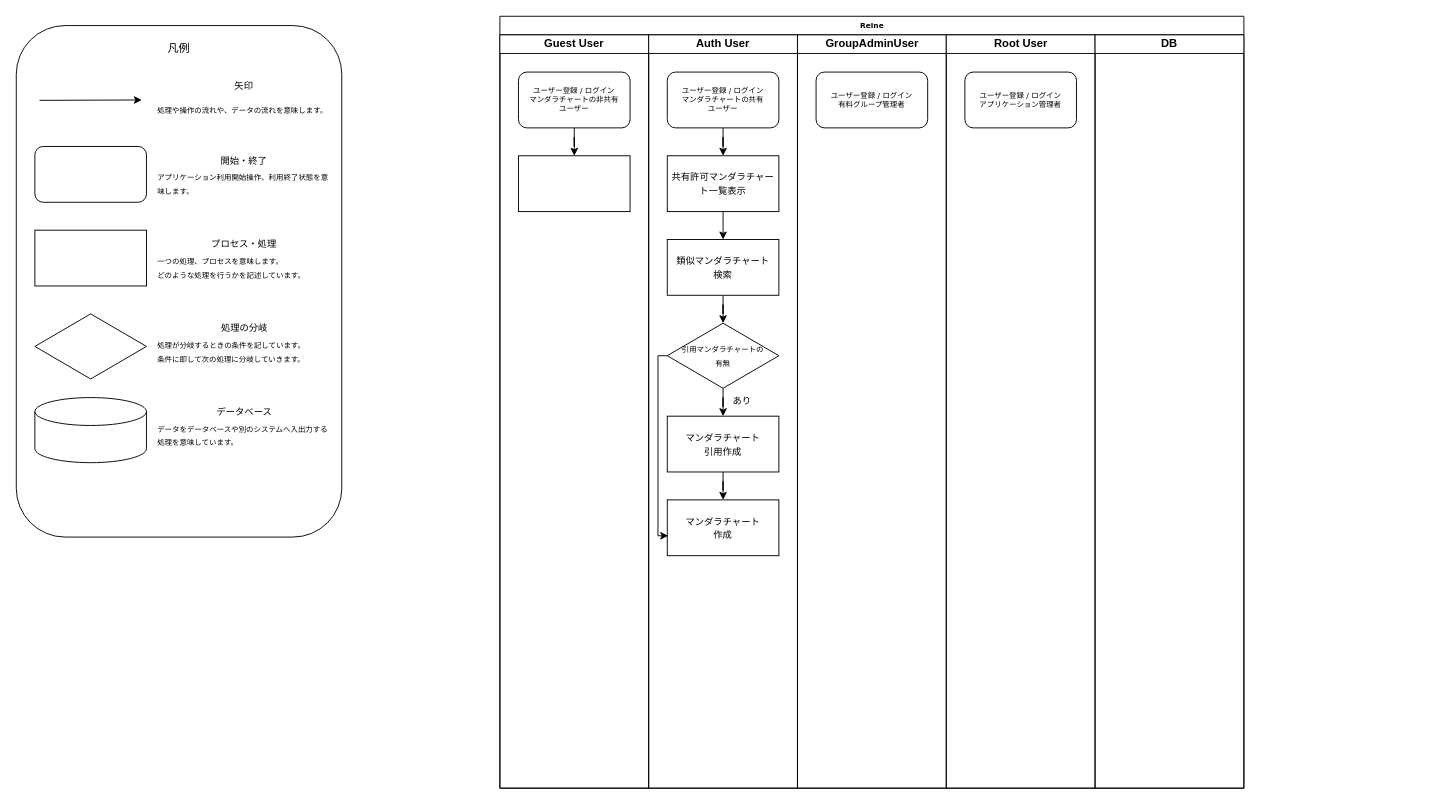
The draw.io diagram WORK_FLOW.drawio in y3kh6s03/Reane, before the edit. Source tidied: cells renumbered, new cells numbered last; positions are measured from the earlier drawing's top-left corner, leaving out a move shared by most shapes. Both pictures are drawn from the tidied source at 93%, with x=0, y=0 at pixel (16, 16).
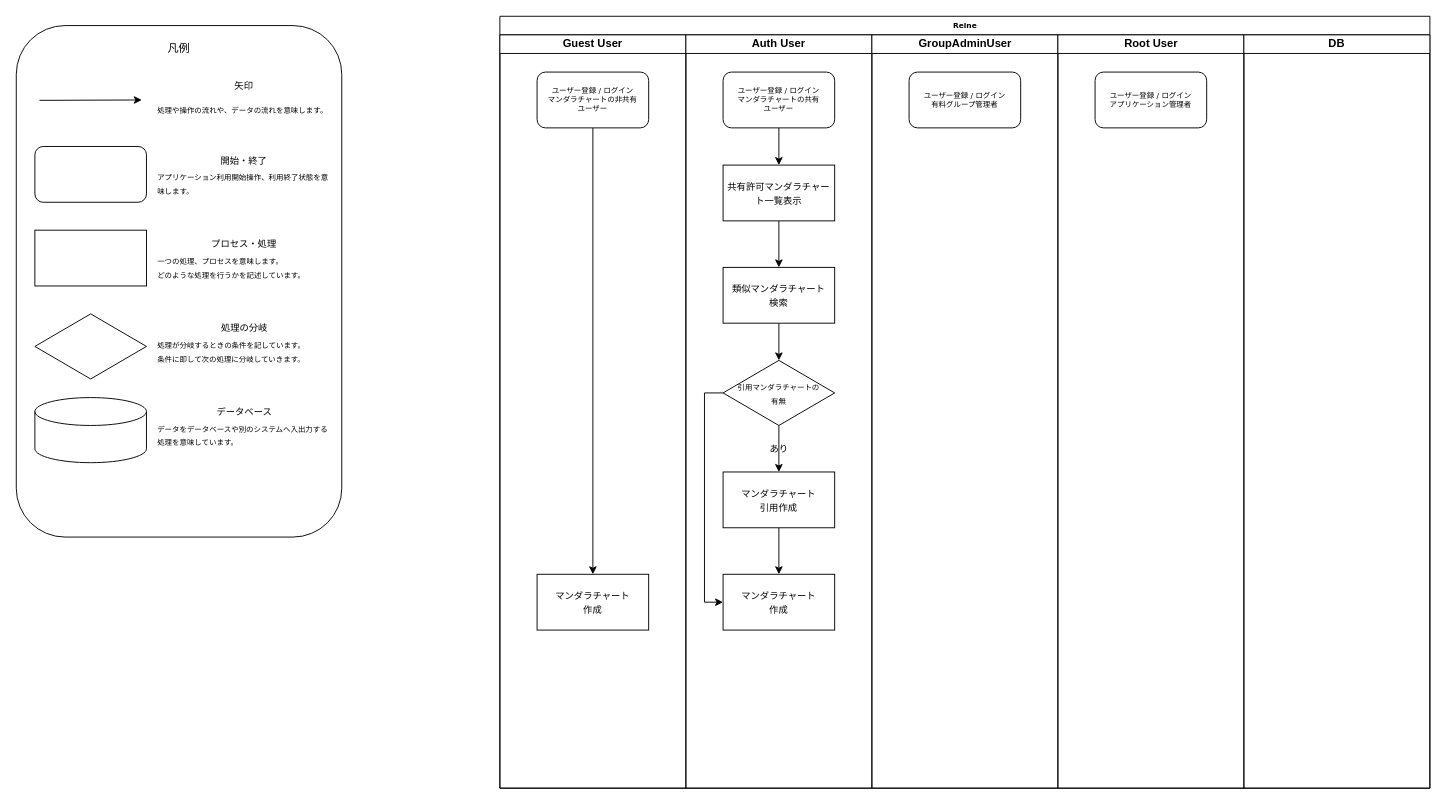
The same diagram, later.

Commit message (it also covers changes not shown here):
WORK_FLOW.drawio を更新します

What changed in the source:
```diff
@@
     <mxCell id="3" value="Reine" style="swimlane;html=1;startSize=20;rounded=0;shadow=0;labelBackgroundColor=none;strokeWidth=1;fontFamily=Verdana;fontSize=8;align=center;" parent="1" vertex="1">
-      <mxGeometry x="520" width="800" height="830" as="geometry" />
+      <mxGeometry x="520" width="1000" height="830" as="geometry" />
     </mxCell>
     <mxCell id="4" value="Guest User" style="swimlane;whiteSpace=wrap;html=1;startSize=20;" parent="3" vertex="1">
-      <mxGeometry y="20" width="160" height="810" as="geometry" />
+      <mxGeometry y="20" width="200" height="810" as="geometry" />
     </mxCell>
@@
     <mxCell id="6" value="ユーザー登録 / ログイン&lt;div&gt;マンダラチャートの非共有&lt;/div&gt;&lt;div&gt;ユーザー&lt;/div&gt;" style="rounded=1;whiteSpace=wrap;html=1;shadow=0;labelBackgroundColor=none;strokeWidth=1;fontFamily=Verdana;fontSize=8;align=center;" parent="4" vertex="1">
-      <mxGeometry x="20" y="40" width="120" height="60" as="geometry" />
+      <mxGeometry x="40" y="40" width="120" height="60" as="geometry" />
     </mxCell>
-    <mxCell id="7" style="rounded=0;whiteSpace=wrap;html=1;" parent="4" vertex="1">
-      <mxGeometry x="20" y="130" width="120" height="60" as="geometry" />
+    <mxCell id="7" value="&lt;span style=&quot;font-size: 10px;&quot;&gt;マンダラチャート&lt;/span&gt;&lt;div&gt;&lt;span style=&quot;font-size: 10px;&quot;&gt;作成&lt;/span&gt;&lt;/div&gt;" style="rounded=0;whiteSpace=wrap;html=1;" parent="4" vertex="1">
+      <mxGeometry x="40" y="580" width="120" height="60" as="geometry" />
     </mxCell>
     <mxCell id="8" value="Auth User" style="swimlane;whiteSpace=wrap;html=1;startSize=20;" parent="3" vertex="1">
-      <mxGeometry x="160" y="20" width="160" height="810" as="geometry" />
+      <mxGeometry x="200" y="20" width="200" height="810" as="geometry" />
     </mxCell>
@@
     <mxCell id="10" value="ユーザー登録 / ログイン&lt;div&gt;マンダラチャートの共有&lt;/div&gt;&lt;div&gt;ユーザー&lt;/div&gt;" style="rounded=1;whiteSpace=wrap;html=1;shadow=0;labelBackgroundColor=none;strokeWidth=1;fontFamily=Verdana;fontSize=8;align=center;" parent="8" vertex="1">
-      <mxGeometry x="20" y="40" width="120" height="60" as="geometry" />
+      <mxGeometry x="40" y="40" width="120" height="60" as="geometry" />
     </mxCell>
-    <mxCell id="11" style="edgeStyle=orthogonalEdgeStyle;rounded=0;jettySize=auto;html=1;" parent="8" edge="1" source="12">
-      <mxGeometry relative="1" as="geometry">
-        <mxPoint x="80" y="220" as="targetPoint" />
-      </mxGeometry>
+    <mxCell id="11" style="edgeStyle=orthogonalEdgeStyle;rounded=0;jettySize=auto;html=1;entryX=0.5;entryY=0;entryDx=0;entryDy=0;" parent="8" edge="1" source="12" target="14">
+      <mxGeometry relative="1" as="geometry" />
     </mxCell>
     <mxCell id="12" value="&lt;font style=&quot;font-size: 10px;&quot;&gt;共有許可マンダラチャート一覧表示&lt;/font&gt;" style="whiteSpace=wrap;html=1;" parent="8" vertex="1">
-      <mxGeometry x="20" y="130" width="120" height="60" as="geometry" />
+      <mxGeometry x="40" y="140" width="120" height="60" as="geometry" />
     </mxCell>
@@
     <mxCell id="14" value="&lt;font style=&quot;font-size: 10px;&quot;&gt;類似マンダラチャート&lt;/font&gt;&lt;div&gt;&lt;font style=&quot;font-size: 10px;&quot;&gt;検索&lt;/font&gt;&lt;/div&gt;" style="whiteSpace=wrap;html=1;" parent="8" vertex="1">
-      <mxGeometry x="20" y="220" width="120" height="60" as="geometry" />
+      <mxGeometry x="40" y="250" width="120" height="60" as="geometry" />
     </mxCell>
@@
     <mxCell id="16" value="&lt;font style=&quot;font-size: 8px;&quot;&gt;引用マンダラチャートの&lt;/font&gt;&lt;div&gt;&lt;font style=&quot;font-size: 8px;&quot;&gt;有無&lt;/font&gt;&lt;/div&gt;" style="rhombus;whiteSpace=wrap;html=1;" parent="8" vertex="1">
-      <mxGeometry x="20" y="310" width="120" height="70" as="geometry" />
+      <mxGeometry x="40" y="350" width="120" height="70" as="geometry" />
     </mxCell>
@@
     <mxCell id="18" value="&lt;span style=&quot;font-size: 10px;&quot;&gt;マンダラチャート&lt;br&gt;引用作成&lt;/span&gt;" style="whiteSpace=wrap;html=1;" parent="8" vertex="1">
-      <mxGeometry x="20" y="410" width="120" height="60" as="geometry" />
+      <mxGeometry x="40" y="470" width="120" height="60" as="geometry" />
     </mxCell>
     <mxCell id="19" value="&lt;font style=&quot;font-size: 10px;&quot;&gt;あり&lt;/font&gt;" style="text;html=1;align=center;verticalAlign=middle;strokeColor=none;fillColor=none;" parent="8" vertex="1">
-      <mxGeometry x="80" y="378" width="40" height="30" as="geometry" />
+      <mxGeometry x="80" y="430" width="40" height="30" as="geometry" />
     </mxCell>
     <mxCell id="20" value="&lt;span style=&quot;font-size: 10px;&quot;&gt;マンダラチャート&lt;/span&gt;&lt;div&gt;&lt;span style=&quot;font-size: 10px;&quot;&gt;作成&lt;/span&gt;&lt;/div&gt;" style="whiteSpace=wrap;html=1;" parent="8" vertex="1">
-      <mxGeometry x="20" y="500" width="120" height="60" as="geometry" />
+      <mxGeometry x="40" y="580" width="120" height="60" as="geometry" />
     </mxCell>
-    <mxCell id="21" style="edgeStyle=orthogonalEdgeStyle;rounded=0;jettySize=auto;html=1;entryX=0.008;entryY=0.644;entryDx=0;entryDy=0;entryPerimeter=0;exitX=0;exitY=0.5;exitDx=0;exitDy=0;" parent="8" edge="1" source="16" target="20">
+    <mxCell id="21" style="edgeStyle=orthogonalEdgeStyle;rounded=0;jettySize=auto;html=1;exitX=0;exitY=0.5;exitDx=0;exitDy=0;" parent="8" edge="1" source="16" target="20">
       <mxGeometry relative="1" as="geometry">
         <Array as="points">
-          <mxPoint x="10" y="345" />
-          <mxPoint x="10" y="539" />
+          <mxPoint x="20" y="385" />
+          <mxPoint x="20" y="610" />
         </Array>
       </mxGeometry>
     </mxCell>
     <mxCell id="22" value="GroupAdminUser" style="swimlane;html=1;startSize=20;" parent="3" vertex="1">
-      <mxGeometry x="320" y="20" width="160" height="810" as="geometry" />
+      <mxGeometry x="400" y="20" width="200" height="810" as="geometry" />
     </mxCell>
     <mxCell id="23" value="&lt;div&gt;ユーザー登録 / ログイン&lt;/div&gt;&lt;div&gt;有料グループ管理者&lt;br&gt;&lt;/div&gt;" style="rounded=1;whiteSpace=wrap;html=1;shadow=0;labelBackgroundColor=none;strokeWidth=1;fontFamily=Verdana;fontSize=8;align=center;" parent="22" vertex="1">
-      <mxGeometry x="20" y="40" width="120" height="60" as="geometry" />
+      <mxGeometry x="40" y="40" width="120" height="60" as="geometry" />
     </mxCell>
     <mxCell id="24" value="Root User" style="swimlane;html=1;startSize=20;" parent="3" vertex="1">
-      <mxGeometry x="480" y="20" width="160" height="810" as="geometry" />
+      <mxGeometry x="600" y="20" width="200" height="810" as="geometry" />
     </mxCell>
     <mxCell id="25" value="&lt;div&gt;ユーザー登録 / ログイン&lt;/div&gt;&lt;div&gt;アプリケーション管理者&lt;/div&gt;" style="rounded=1;whiteSpace=wrap;html=1;shadow=0;labelBackgroundColor=none;strokeWidth=1;fontFamily=Verdana;fontSize=8;align=center;" parent="24" vertex="1">
-      <mxGeometry x="20" y="40" width="120" height="60" as="geometry" />
+      <mxGeometry x="40" y="40" width="120" height="60" as="geometry" />
     </mxCell>
+    <mxCell id="42" value="DB" style="swimlane;whiteSpace=wrap;html=1;startSize=20;" parent="3" vertex="1">
+      <mxGeometry x="800" y="20" width="200" height="810" as="geometry" />
+    </mxCell>
@@
-    <mxCell id="42" value="DB" style="swimlane;whiteSpace=wrap;html=1;startSize=20;" parent="1" vertex="1">
-      <mxGeometry x="1160" y="20" width="160" height="810" as="geometry" />
-    </mxCell>
```
